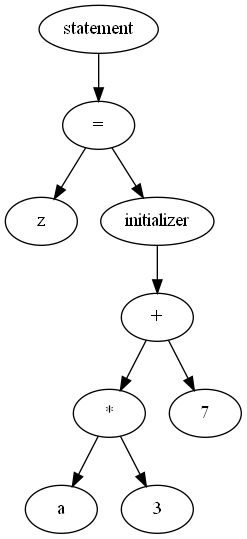
Before: russkie_alga!/parse.png, a diagram exported from Graphviz (matmuher/flip-flop). Its source is kept beside it as russkie_alga!/parse.dot.
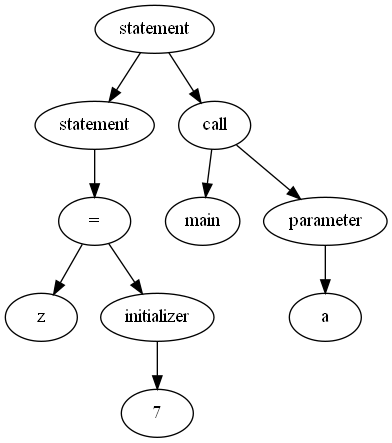
The same file after the commit.

Commit message:
+call fucntion convention. def function assembly in work

Diff of the diagram source:
```diff
@@ -1,19 +1,21 @@
 digraph G {
-A006E33E0 [label = "statement"];
-A006E33E0 -> A006E3530;
-A006E3530 [label = "="];
-A006E3530 -> A006E3410;
-A006E3530 -> A006E3500;
-A006E3410 [label = "z"];
-A006E3500 [label = "initializer"];
-A006E3500 -> A006E34D8;
-A006E34D8 [label = "+"];
-A006E34D8 -> A006E3488;
-A006E34D8 -> A006E34B0;
-A006E3488 [label = "*"];
-A006E3488 -> A006E3438;
-A006E3488 -> A006E3460;
-A006E3438 [label = "a"];
-A006E3460 [label = "3"];
-A006E34B0 [label = "7"];
+A000234F0 [label = "statement"];
+A000234F0 -> A000223E0;
+A000234F0 -> A000235A0;
+A000223E0 [label = "statement"];
+A000223E0 -> A000234C8;
+A000234C8 [label = "="];
+A000234C8 -> A00023448;
+A000234C8 -> A00023498;
+A00023448 [label = "z"];
+A00023498 [label = "initializer"];
+A00023498 -> A00023470;
+A00023470 [label = "7"];
+A000235A0 [label = "call"];
+A000235A0 -> A00023520;
+A000235A0 -> A00023548;
+A00023520 [label = "main"];
+A00023548 [label = "parameter"];
+A00023548 -> A00023578;
+A00023578 [label = "a"];
 }
```
